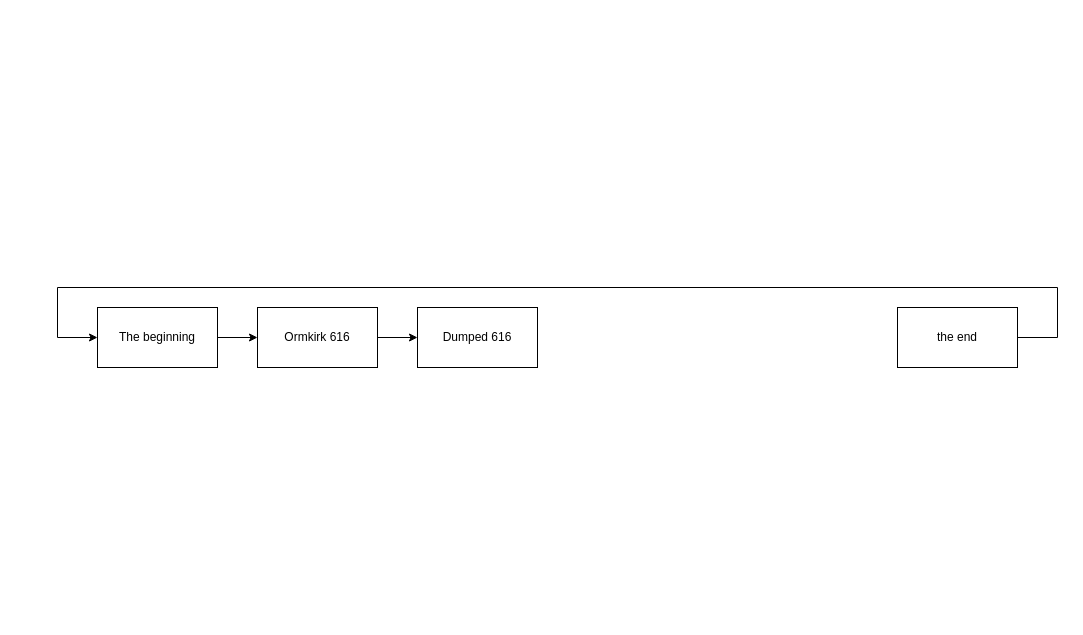
Before: notes/timeline.drawio in oldmartijntje/Pokemon-Vibranium, a draw.io diagram. Source tidied: cells renumbered, new cells numbered last; positions are measured from the earlier drawing's top-left corner, leaving out a move shared by most shapes. Both pictures are drawn from the tidied source at 100%, with x=0, y=0 at pixel (57, 287).
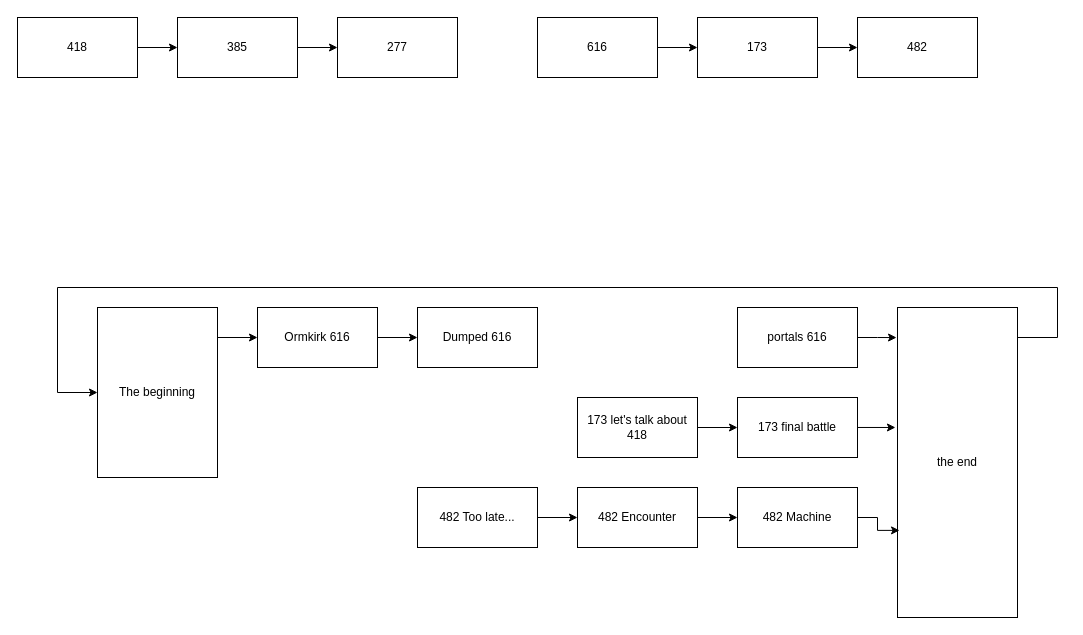
After the change.

The change refers to these unchanged cells:
```xml
<mxCell id="7" value="Ormkirk 616" style="rounded=0;whiteSpace=wrap;html=1;" parent="1" vertex="1">
  <mxGeometry x="200" y="20" width="120" height="60" as="geometry" />
</mxCell>
```

Diff of the diagram source:
```diff
@@
-    <mxCell id="2" style="edgeStyle=orthogonalEdgeStyle;rounded=0;jettySize=auto;html=1;" parent="1" edge="1" source="3" target="7">
-      <mxGeometry relative="1" as="geometry" />
+    <mxCell id="2" style="edgeStyle=orthogonalEdgeStyle;rounded=0;jettySize=auto;html=1;exitX=0.992;exitY=0.188;exitDx=0;exitDy=0;exitPerimeter=0;" parent="1" edge="1" source="3" target="7">
+      <mxGeometry relative="1" as="geometry">
+        <Array as="points">
+          <mxPoint x="159" y="50" />
+        </Array>
+      </mxGeometry>
     </mxCell>
     <mxCell id="3" value="The beginning" style="rounded=0;whiteSpace=wrap;html=1;" parent="1" vertex="1">
-      <mxGeometry x="40" y="20" width="120" height="60" as="geometry" />
+      <mxGeometry x="40" y="20" width="120" height="170" as="geometry" />
     </mxCell>
-    <mxCell id="4" style="edgeStyle=orthogonalEdgeStyle;rounded=0;jettySize=auto;html=1;entryX=0;entryY=0.5;entryDx=0;entryDy=0;" parent="1" edge="1" source="5" target="3">
+    <mxCell id="4" style="edgeStyle=orthogonalEdgeStyle;rounded=0;jettySize=auto;html=1;" parent="1" edge="1" source="5">
       <mxGeometry relative="1" as="geometry">
+        <mxPoint x="40" y="105" as="targetPoint" />
         <Array as="points">
           <mxPoint x="1000" y="50" />
           <mxPoint x="1000" />
           <mxPoint />
-          <mxPoint y="50" />
+          <mxPoint y="105" />
         </Array>
       </mxGeometry>
     </mxCell>
     <mxCell id="5" value="the end" style="rounded=0;whiteSpace=wrap;html=1;" parent="1" vertex="1">
-      <mxGeometry x="840" y="20" width="120" height="60" as="geometry" />
+      <mxGeometry x="840" y="20" width="120" height="310" as="geometry" />
     </mxCell>
@@
+    <mxCell id="9" style="edgeStyle=orthogonalEdgeStyle;rounded=0;jettySize=auto;html=1;entryX=0;entryY=0.5;entryDx=0;entryDy=0;" parent="1" edge="1" source="10" target="12">
+      <mxGeometry relative="1" as="geometry" />
+    </mxCell>
+    <mxCell id="10" value="173 let's talk about 418" style="rounded=0;whiteSpace=wrap;html=1;" parent="1" vertex="1">
+      <mxGeometry x="520" y="110" width="120" height="60" as="geometry" />
+    </mxCell>
+    <mxCell id="11" style="edgeStyle=orthogonalEdgeStyle;rounded=0;jettySize=auto;html=1;entryX=-0.017;entryY=0.387;entryDx=0;entryDy=0;entryPerimeter=0;" parent="1" edge="1" source="12" target="5">
+      <mxGeometry relative="1" as="geometry" />
+    </mxCell>
+    <mxCell id="12" value="173 final battle" style="whiteSpace=wrap;html=1;" parent="1" vertex="1">
+      <mxGeometry x="680" y="110" width="120" height="60" as="geometry" />
+    </mxCell>
+    <mxCell id="13" style="edgeStyle=orthogonalEdgeStyle;rounded=0;jettySize=auto;html=1;entryX=-0.008;entryY=0.097;entryDx=0;entryDy=0;entryPerimeter=0;" parent="1" edge="1" source="14" target="5">
+      <mxGeometry relative="1" as="geometry" />
+    </mxCell>
+    <mxCell id="14" value="portals 616" style="whiteSpace=wrap;html=1;" parent="1" vertex="1">
+      <mxGeometry x="680" y="20" width="120" height="60" as="geometry" />
+    </mxCell>
+    <mxCell id="15" style="edgeStyle=orthogonalEdgeStyle;rounded=0;jettySize=auto;html=1;entryX=0.017;entryY=0.719;entryDx=0;entryDy=0;entryPerimeter=0;" parent="1" edge="1" source="16" target="5">
+      <mxGeometry relative="1" as="geometry">
+        <Array as="points">
+          <mxPoint x="820" y="230" />
+          <mxPoint x="820" y="243" />
+        </Array>
+      </mxGeometry>
+    </mxCell>
+    <mxCell id="16" value="482 Machine" style="whiteSpace=wrap;html=1;" parent="1" vertex="1">
+      <mxGeometry x="680" y="200" width="120" height="60" as="geometry" />
+    </mxCell>
+    <mxCell id="17" style="edgeStyle=orthogonalEdgeStyle;rounded=0;jettySize=auto;html=1;entryX=0;entryY=0.5;entryDx=0;entryDy=0;" parent="1" edge="1" source="18" target="16">
+      <mxGeometry relative="1" as="geometry" />
+    </mxCell>
+    <mxCell id="18" value="482 Encounter" style="whiteSpace=wrap;html=1;" parent="1" vertex="1">
+      <mxGeometry x="520" y="200" width="120" height="60" as="geometry" />
+    </mxCell>
+    <mxCell id="19" style="edgeStyle=orthogonalEdgeStyle;rounded=0;jettySize=auto;html=1;" parent="1" edge="1" source="20" target="18">
+      <mxGeometry relative="1" as="geometry" />
+    </mxCell>
+    <mxCell id="20" value="482 Too late..." style="whiteSpace=wrap;html=1;" parent="1" vertex="1">
+      <mxGeometry x="360" y="200" width="120" height="60" as="geometry" />
+    </mxCell>
+    <mxCell id="21" style="edgeStyle=orthogonalEdgeStyle;rounded=0;jettySize=auto;html=1;entryX=0;entryY=0.5;entryDx=0;entryDy=0;" parent="1" edge="1" source="22" target="29">
+      <mxGeometry relative="1" as="geometry" />
+    </mxCell>
+    <mxCell id="22" value="418" style="whiteSpace=wrap;html=1;" parent="1" vertex="1">
+      <mxGeometry x="-40" y="-270" width="120" height="60" as="geometry" />
+    </mxCell>
+    <mxCell id="23" style="edgeStyle=orthogonalEdgeStyle;rounded=0;jettySize=auto;html=1;entryX=0;entryY=0.5;entryDx=0;entryDy=0;" parent="1" edge="1" source="24" target="26">
+      <mxGeometry relative="1" as="geometry" />
+    </mxCell>
+    <mxCell id="24" value="616" style="whiteSpace=wrap;html=1;" parent="1" vertex="1">
+      <mxGeometry x="480" y="-270" width="120" height="60" as="geometry" />
+    </mxCell>
+    <mxCell id="25" style="edgeStyle=orthogonalEdgeStyle;rounded=0;jettySize=auto;html=1;entryX=0;entryY=0.5;entryDx=0;entryDy=0;" parent="1" edge="1" source="26" target="27">
+      <mxGeometry relative="1" as="geometry" />
+    </mxCell>
+    <mxCell id="26" value="173" style="whiteSpace=wrap;html=1;" parent="1" vertex="1">
+      <mxGeometry x="640" y="-270" width="120" height="60" as="geometry" />
+    </mxCell>
+    <mxCell id="27" value="482" style="whiteSpace=wrap;html=1;" parent="1" vertex="1">
+      <mxGeometry x="800" y="-270" width="120" height="60" as="geometry" />
+    </mxCell>
+    <mxCell id="28" style="edgeStyle=orthogonalEdgeStyle;rounded=0;jettySize=auto;html=1;" parent="1" edge="1" source="29" target="30">
+      <mxGeometry relative="1" as="geometry" />
+    </mxCell>
+    <mxCell id="29" value="385" style="whiteSpace=wrap;html=1;" parent="1" vertex="1">
+      <mxGeometry x="120" y="-270" width="120" height="60" as="geometry" />
+    </mxCell>
+    <mxCell id="30" value="277" style="whiteSpace=wrap;html=1;" parent="1" vertex="1">
+      <mxGeometry x="280" y="-270" width="120" height="60" as="geometry" />
+    </mxCell>
```
